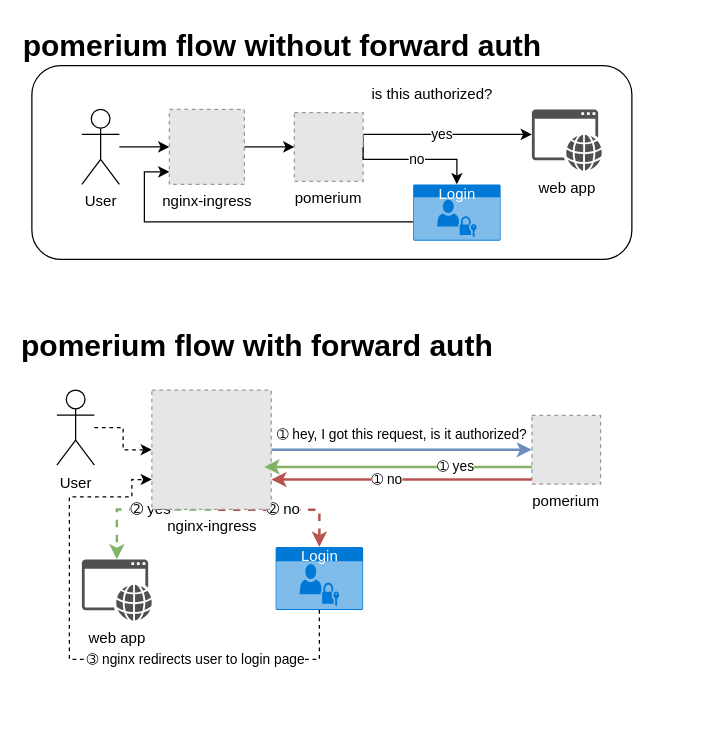
chauffer/hacks keeps this draw.io diagram as pomerium.drawio. Above is the earlier version. Source tidied: cells renumbered, new cells numbered last; positions are measured from the earlier drawing's top-left corner, leaving out a move shared by most shapes. Both pictures are drawn from the tidied source at 125%, with x=0, y=0 at pixel (31, 21). Pictures stored in the file or linked from it are replaced by grey dashed boxes.
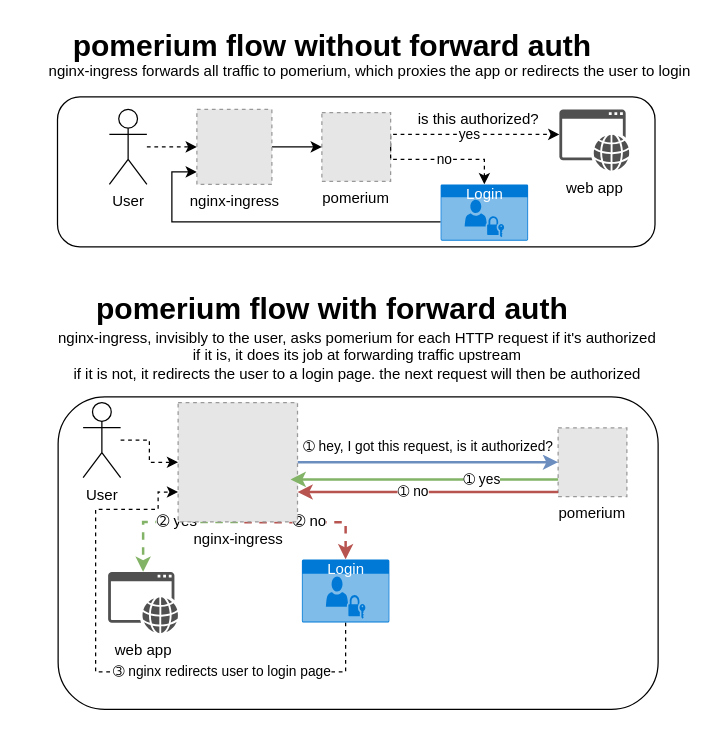
The same page after the edit.

What changed in the source:
```diff
@@
-    <mxCell id="2" style="edgeStyle=orthogonalEdgeStyle;rounded=0;jettySize=auto;html=1;" parent="1" edge="1" source="3" target="7">
+    <mxCell id="2" style="edgeStyle=orthogonalEdgeStyle;rounded=0;jettySize=auto;html=1;dashed=1;" parent="1" edge="1" source="3" target="7">
       <mxGeometry relative="1" as="geometry" />
     </mxCell>
     <mxCell id="3" value="User" style="shape=umlActor;verticalLabelPosition=bottom;labelBackgroundColor=#ffffff;verticalAlign=top;html=1;outlineConnect=0;" parent="1" vertex="1">
-      <mxGeometry x="40" y="70" width="30" height="60" as="geometry" />
+      <mxGeometry x="62" y="70" width="30" height="60" as="geometry" />
     </mxCell>
-    <mxCell id="4" value="yes" style="edgeStyle=orthogonalEdgeStyle;rounded=0;jettySize=auto;html=1;exitX=1;exitY=0.5;exitDx=0;exitDy=0;" parent="1" edge="1" source="5">
+    <mxCell id="4" value="yes" style="edgeStyle=orthogonalEdgeStyle;rounded=0;jettySize=auto;html=1;exitX=1;exitY=0.5;exitDx=0;exitDy=0;dashed=1;" parent="1" edge="1" source="5">
       <mxGeometry relative="1" as="geometry">
-        <mxPoint x="400" y="90" as="targetPoint" />
+        <mxPoint x="422" y="90" as="targetPoint" />
         <Array as="points">
-          <mxPoint x="265" y="90" />
+          <mxPoint x="287" y="90" />
         </Array>
       </mxGeometry>
     </mxCell>
     <mxCell id="5" value="pomerium" style="fillColor=#E6E6E6;strokeColor=#999999;dashed=1;verticalLabelPosition=bottom;labelBackgroundColor=#ffffff;verticalAlign=top;" parent="1" vertex="1">
-      <mxGeometry x="210" y="72.5" width="55" height="55" as="geometry" />
+      <mxGeometry x="232" y="72.5" width="55" height="55" as="geometry" />
     </mxCell>
@@
     <mxCell id="7" value="nginx-ingress" style="fillColor=#E6E6E6;strokeColor=#999999;dashed=1;html=1;verticalAlign=top;verticalLabelPosition=bottom;labelBackgroundColor=#ffffff;" parent="1" vertex="1">
-      <mxGeometry x="110" y="70" width="60" height="60" as="geometry" />
+      <mxGeometry x="132" y="70" width="60" height="60" as="geometry" />
     </mxCell>
@@
     <mxCell id="9" value="User" style="shape=umlActor;verticalLabelPosition=bottom;labelBackgroundColor=#ffffff;verticalAlign=top;html=1;outlineConnect=0;" parent="1" vertex="1">
-      <mxGeometry x="20" y="294.5" width="30" height="60" as="geometry" />
+      <mxGeometry x="41" y="304.5" width="30" height="60" as="geometry" />
     </mxCell>
     <mxCell id="10" value="pomerium" style="fillColor=#E6E6E6;strokeColor=#999999;dashed=1;verticalLabelPosition=bottom;labelBackgroundColor=#ffffff;verticalAlign=top;" parent="1" vertex="1">
-      <mxGeometry x="400" y="314.8" width="55" height="55" as="geometry" />
+      <mxGeometry x="421" y="324.8" width="55" height="55" as="geometry" />
     </mxCell>
@@
     <mxCell id="12" style="edgeStyle=orthogonalEdgeStyle;rounded=0;jettySize=auto;html=1;strokeWidth=2;entryX=0.5;entryY=0;entryDx=0;entryDy=0;entryPerimeter=0;fillColor=#f8cecc;strokeColor=#b85450;exitX=0.554;exitY=1.003;exitDx=0;exitDy=0;exitPerimeter=0;dashed=1;" parent="1" edge="1" source="16" target="27">
       <mxGeometry relative="1" as="geometry">
         <Array as="points">
-          <mxPoint x="230" y="390" />
+          <mxPoint x="251" y="400" />
         </Array>
       </mxGeometry>
     </mxCell>
@@
     <mxCell id="14" style="edgeStyle=orthogonalEdgeStyle;rounded=0;jettySize=auto;html=1;strokeWidth=2;exitX=0.5;exitY=1;exitDx=0;exitDy=0;fillColor=#d5e8d4;strokeColor=#82b366;dashed=1;" parent="1" edge="1" source="16" target="17">
       <mxGeometry relative="1" as="geometry">
         <Array as="points">
-          <mxPoint x="68" y="390" />
+          <mxPoint x="89" y="400" />
         </Array>
       </mxGeometry>
     </mxCell>
@@
     <mxCell id="16" value="nginx-ingress" style="fillColor=#E6E6E6;strokeColor=#999999;dashed=1;html=1;verticalAlign=top;verticalLabelPosition=bottom;labelBackgroundColor=#ffffff;" parent="1" vertex="1">
-      <mxGeometry x="96" y="294.5" width="95.5" height="95.5" as="geometry" />
+      <mxGeometry x="117" y="304.5" width="95.5" height="95.5" as="geometry" />
     </mxCell>
     <mxCell id="17" value="web app" style="shadow=0;dashed=0;html=1;strokeColor=none;fillColor=#505050;labelPosition=center;verticalLabelPosition=bottom;verticalAlign=top;outlineConnect=0;align=center;shape=mxgraph.office.concepts.application_web;" parent="1" vertex="1">
-      <mxGeometry x="40" y="430" width="56" height="49" as="geometry" />
+      <mxGeometry x="61" y="440" width="56" height="49" as="geometry" />
     </mxCell>
-    <mxCell id="18" value="no" style="edgeStyle=orthogonalEdgeStyle;rounded=0;orthogonalLoop=1;jettySize=auto;html=1;" parent="1" edge="1">
+    <mxCell id="18" value="no" style="edgeStyle=orthogonalEdgeStyle;rounded=0;orthogonalLoop=1;jettySize=auto;html=1;dashed=1;" parent="1" edge="1">
       <mxGeometry relative="1" as="geometry">
-        <mxPoint x="265" y="100" as="sourcePoint" />
-        <mxPoint x="340" y="130" as="targetPoint" />
+        <mxPoint x="287" y="100" as="sourcePoint" />
+        <mxPoint x="362" y="130" as="targetPoint" />
         <Array as="points">
-          <mxPoint x="265" y="110" />
+          <mxPoint x="287" y="110" />
         </Array>
       </mxGeometry>
     </mxCell>
     <mxCell id="19" value="&lt;div&gt;is this authorized?&lt;/div&gt;&lt;div&gt;&lt;br&gt;&lt;/div&gt;" style="text;html=1;align=center;verticalAlign=middle;" parent="1" vertex="1">
-      <mxGeometry x="265" y="50" width="110" height="30" as="geometry" />
+      <mxGeometry x="302" y="70" width="110" height="30" as="geometry" />
     </mxCell>
     <mxCell id="20" value="web app" style="shadow=0;dashed=0;html=1;strokeColor=none;fillColor=#505050;labelPosition=center;verticalLabelPosition=bottom;verticalAlign=top;align=center;shape=mxgraph.office.concepts.application_web;" parent="1" vertex="1">
-      <mxGeometry x="400" y="70" width="56" height="49" as="geometry" />
+      <mxGeometry x="422" y="70" width="56" height="49" as="geometry" />
     </mxCell>
-    <mxCell id="21" style="edgeStyle=orthogonalEdgeStyle;rounded=0;jettySize=auto;html=1;entryX=0;entryY=0.833;entryDx=0;entryDy=0;entryPerimeter=0;" parent="1" edge="1" source="22" target="7">
+    <mxCell id="21" style="edgeStyle=orthogonalEdgeStyle;rounded=0;jettySize=auto;html=1;" parent="1" edge="1" source="22" target="7">
       <mxGeometry relative="1" as="geometry">
         <Array as="points">
-          <mxPoint x="90" y="160" />
-          <mxPoint x="90" y="120" />
+          <mxPoint x="112" y="160" />
+          <mxPoint x="112" y="120" />
         </Array>
       </mxGeometry>
     </mxCell>
     <mxCell id="22" value="Login" style="html=1;strokeColor=none;fillColor=#0079D6;labelPosition=center;verticalLabelPosition=middle;verticalAlign=top;align=center;fontSize=12;outlineConnect=0;spacingTop=-6;fontColor=#FFFFFF;shape=mxgraph.sitemap.login;rounded=1;" parent="1" vertex="1">
-      <mxGeometry x="305" y="130" width="70" height="45" as="geometry" />
+      <mxGeometry x="327" y="130" width="70" height="45" as="geometry" />
     </mxCell>
-    <mxCell id="23" style="rounded=1;whiteSpace=wrap;html=1;fillColor=none;" parent="1" vertex="1">
-      <mxGeometry y="35" width="480" height="155" as="geometry" />
-    </mxCell>
     <mxCell id="24" value="pomerium flow without forward auth" style="text;strokeColor=none;fillColor=none;html=1;fontSize=24;fontStyle=1;verticalAlign=middle;align=center;rounded=1;" parent="1" vertex="1">
-      <mxGeometry x="150" width="100" height="40" as="geometry" />
+      <mxGeometry x="190" width="100" height="40" as="geometry" />
     </mxCell>
     <mxCell id="25" value="pomerium flow with forward auth" style="text;strokeColor=none;fillColor=none;html=1;fontSize=24;fontStyle=1;verticalAlign=middle;align=center;rounded=1;" parent="1" vertex="1">
-      <mxGeometry x="130" y="240" width="100" height="40" as="geometry" />
+      <mxGeometry x="190" y="210" width="100" height="40" as="geometry" />
     </mxCell>
     <mxCell id="26" value="➂ nginx redirects user to login page" style="edgeStyle=orthogonalEdgeStyle;rounded=0;jettySize=auto;html=1;strokeWidth=1;entryX=0;entryY=0.75;entryDx=0;entryDy=0;exitX=0.5;exitY=1;exitDx=0;exitDy=0;exitPerimeter=0;dashed=1;" parent="1" edge="1" source="27" target="16">
       <mxGeometry x="-0.38" relative="1" as="geometry">
         <Array as="points">
-          <mxPoint x="230" y="510" />
-          <mxPoint x="30" y="510" />
-          <mxPoint x="30" y="380" />
-          <mxPoint x="80" y="380" />
-          <mxPoint x="80" y="366" />
+          <mxPoint x="251" y="520" />
+          <mxPoint x="51" y="520" />
+          <mxPoint x="51" y="390" />
+          <mxPoint x="101" y="390" />
+          <mxPoint x="101" y="376" />
         </Array>
       </mxGeometry>
     </mxCell>
     <mxCell id="27" value="Login" style="html=1;strokeColor=none;fillColor=#0079D6;labelPosition=center;verticalLabelPosition=middle;verticalAlign=top;align=center;fontSize=12;outlineConnect=0;spacingTop=-6;fontColor=#FFFFFF;shape=mxgraph.sitemap.login;rounded=1;" parent="1" vertex="1">
-      <mxGeometry x="195" y="420" width="70" height="50.5" as="geometry" />
+      <mxGeometry x="216" y="430" width="70" height="50.5" as="geometry" />
     </mxCell>
@@
     <mxCell id="29" value="➀ no" style="endArrow=classic;html=1;strokeWidth=2;entryX=1;entryY=0.75;entryDx=0;entryDy=0;fillColor=#f8cecc;strokeColor=#b85450;" parent="1" edge="1" target="16">
       <mxGeometry x="0.11" relative="1" as="geometry">
-        <mxPoint x="400" y="366" as="sourcePoint" />
+        <mxPoint x="421" y="376" as="sourcePoint" />
       </mxGeometry>
     </mxCell>
+    <mxCell id="30" style="rounded=1;whiteSpace=wrap;html=1;fillColor=none;" parent="1" vertex="1">
+      <mxGeometry x="20.5" y="60" width="478" height="120" as="geometry" />
+    </mxCell>
+    <mxCell id="31" style="rounded=1;whiteSpace=wrap;html=1;fillColor=none;" parent="1" vertex="1">
+      <mxGeometry x="21" y="300" width="480" height="250" as="geometry" />
+    </mxCell>
+    <mxCell id="32" value="nginx-ingress forwards all traffic to pomerium, which proxies the app or redirects the user to login" style="text;html=1;align=center;verticalAlign=middle;" parent="1" vertex="1">
+      <mxGeometry y="30" width="540" height="20" as="geometry" />
+    </mxCell>
+    <mxCell id="33" value="nginx-ingress, invisibly to the user, asks pomerium for each HTTP request if it's authorized&lt;br&gt;if it is, it does its job at forwarding traffic upstream&lt;br&gt;if it is not, it redirects the user to a login page. the next request will then be authorized" style="text;html=1;align=center;verticalAlign=middle;" parent="1" vertex="1">
+      <mxGeometry x="4.5" y="242" width="510" height="50" as="geometry" />
+    </mxCell>
```
